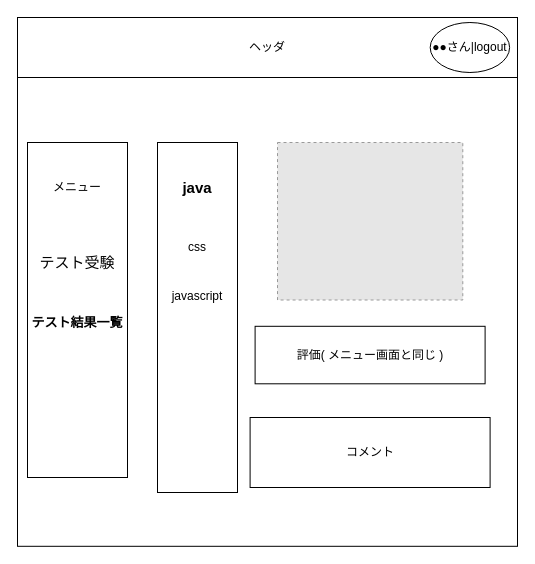
DOJO-2021/A-3 keeps this draw.io diagram as 外部設計DRAWIO/3.0テスト結果一覧画面.drawio. Above is the earlier version. Source tidied: cells renumbered, new cells numbered last; positions are measured from the earlier drawing's top-left corner, leaving out a move shared by most shapes. Both pictures are drawn from the tidied source at 100%, with x=0, y=0 at pixel (17, 17). Pictures stored in the file or linked from it are replaced by grey dashed boxes.
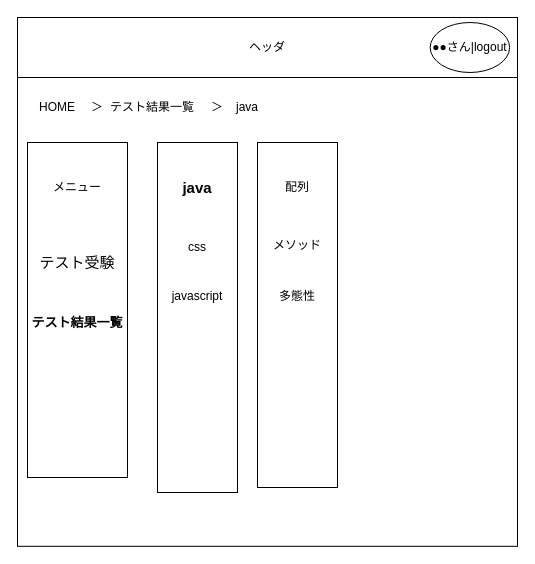
The same page after the edit.

The edit, as a diff of the source:
```diff
@@
-    <mxCell id="7" style="fillColor=#E6E6E6;strokeColor=#999999;dashed=1;verticalLabelPosition=bottom;labelBackgroundColor=#ffffff;verticalAlign=top;" parent="1" vertex="1">
-      <mxGeometry x="260" y="125" width="185.3" height="157.5" as="geometry" />
-    </mxCell>
-    <mxCell id="8" value="コメント" style="rounded=0;whiteSpace=wrap;html=1;fontSize=12;" parent="1" vertex="1">
-      <mxGeometry x="232.6" y="400" width="240" height="70" as="geometry" />
-    </mxCell>
-    <mxCell id="9" value="評価( メニュー画面と同じ )" style="rounded=0;whiteSpace=wrap;html=1;" parent="1" vertex="1">
-      <mxGeometry x="237.6" y="308.8" width="230" height="57.5" as="geometry" />
-    </mxCell>
@@
+    <mxCell id="17" value="java" style="text;html=1;strokeColor=none;fillColor=none;align=center;verticalAlign=middle;whiteSpace=wrap;rounded=0;" parent="1" vertex="1">
+      <mxGeometry x="190" y="80" width="80" height="20" as="geometry" />
+    </mxCell>
+    <mxCell id="18" value="テスト結果一覧" style="text;html=1;strokeColor=none;fillColor=none;align=center;verticalAlign=middle;whiteSpace=wrap;rounded=0;" parent="1" vertex="1">
+      <mxGeometry x="90" y="80" width="90" height="20" as="geometry" />
+    </mxCell>
+    <mxCell id="19" value="HOME" style="text;html=1;strokeColor=none;fillColor=none;align=center;verticalAlign=middle;whiteSpace=wrap;rounded=0;" parent="1" vertex="1">
+      <mxGeometry y="80" width="80" height="20" as="geometry" />
+    </mxCell>
+    <mxCell id="20" value="＞" style="text;html=1;strokeColor=none;fillColor=none;align=center;verticalAlign=middle;whiteSpace=wrap;rounded=0;" parent="1" vertex="1">
+      <mxGeometry x="180" y="80" width="40" height="20" as="geometry" />
+    </mxCell>
+    <mxCell id="21" value="＞" style="text;html=1;strokeColor=none;fillColor=none;align=center;verticalAlign=middle;whiteSpace=wrap;rounded=0;" parent="1" vertex="1">
+      <mxGeometry x="60" y="80" width="40" height="20" as="geometry" />
+    </mxCell>
+    <mxCell id="22" style="rounded=0;whiteSpace=wrap;html=1;" parent="1" vertex="1">
+      <mxGeometry x="240" y="125" width="80" height="345" as="geometry" />
+    </mxCell>
+    <mxCell id="23" value="多態性" style="text;html=1;strokeColor=none;fillColor=none;align=center;verticalAlign=middle;whiteSpace=wrap;rounded=0;" parent="1" vertex="1">
+      <mxGeometry x="250" y="266.2" width="60" height="25" as="geometry" />
+    </mxCell>
+    <mxCell id="24" value="配列" style="text;html=1;strokeColor=none;fillColor=none;align=center;verticalAlign=middle;whiteSpace=wrap;rounded=0;" parent="1" vertex="1">
+      <mxGeometry x="250" y="157.5" width="60" height="25" as="geometry" />
+    </mxCell>
+    <mxCell id="25" value="メソッド" style="text;html=1;strokeColor=none;fillColor=none;align=center;verticalAlign=middle;whiteSpace=wrap;rounded=0;" parent="1" vertex="1">
+      <mxGeometry x="250" y="215" width="60" height="25" as="geometry" />
+    </mxCell>
```
